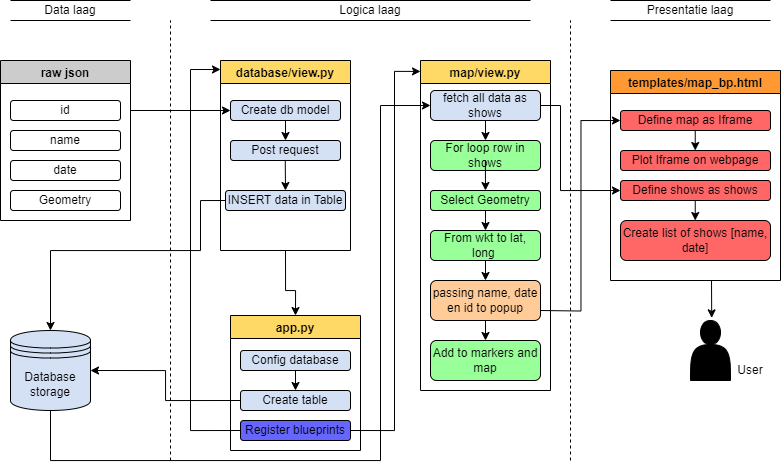
This is chemapp-main/Dataflowdiagram.drawio.png from GISjoerd/chemapp, a draw.io export, as it was before one commit. Source tidied: cells renumbered, new cells last; positions are measured from the earlier drawing's top-left corner, leaving out a move shared by most shapes.
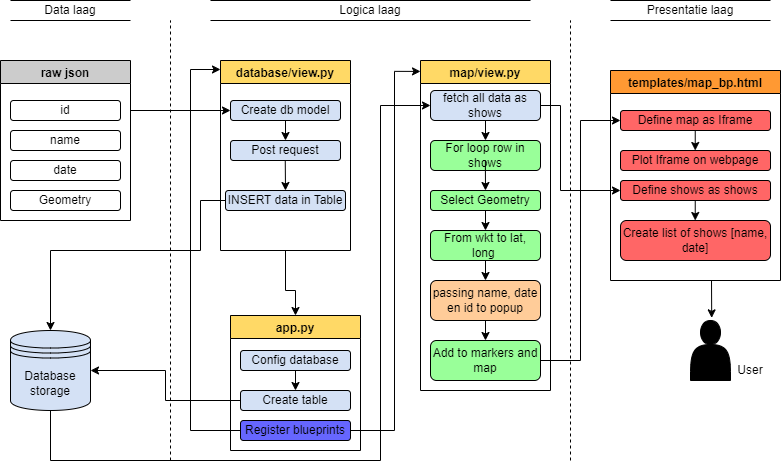
Later version of the same file.

What changed in the source:
```diff
@@ -157,10 +157,8 @@
         </Array>
       </mxGeometry>
     </mxCell>
-    <mxCell id="46" style="endArrow=classic;html=1;rounded=0;exitX=1;exitY=0.5;exitDx=0;exitDy=0;entryX=0;entryY=0.5;entryDx=0;entryDy=0;edgeStyle=orthogonalEdgeStyle;" parent="1" edge="1" target="26">
-      <mxGeometry relative="1" as="geometry">
-        <mxPoint x="540" y="310" as="sourcePoint" />
-      </mxGeometry>
+    <mxCell id="46" style="endArrow=classic;html=1;rounded=0;exitX=1;exitY=0.5;exitDx=0;exitDy=0;entryX=0;entryY=0.5;entryDx=0;entryDy=0;edgeStyle=orthogonalEdgeStyle;" parent="1" edge="1" source="19" target="26">
+      <mxGeometry relative="1" as="geometry" />
     </mxCell>
     <mxCell id="47" style="endArrow=classic;html=1;rounded=0;exitX=0;exitY=0.5;exitDx=0;exitDy=0;entryX=1;entryY=0.5;entryDx=0;entryDy=0;edgeStyle=orthogonalEdgeStyle;" parent="1" edge="1" source="42" target="2">
       <mxGeometry relative="1" as="geometry" />
```
